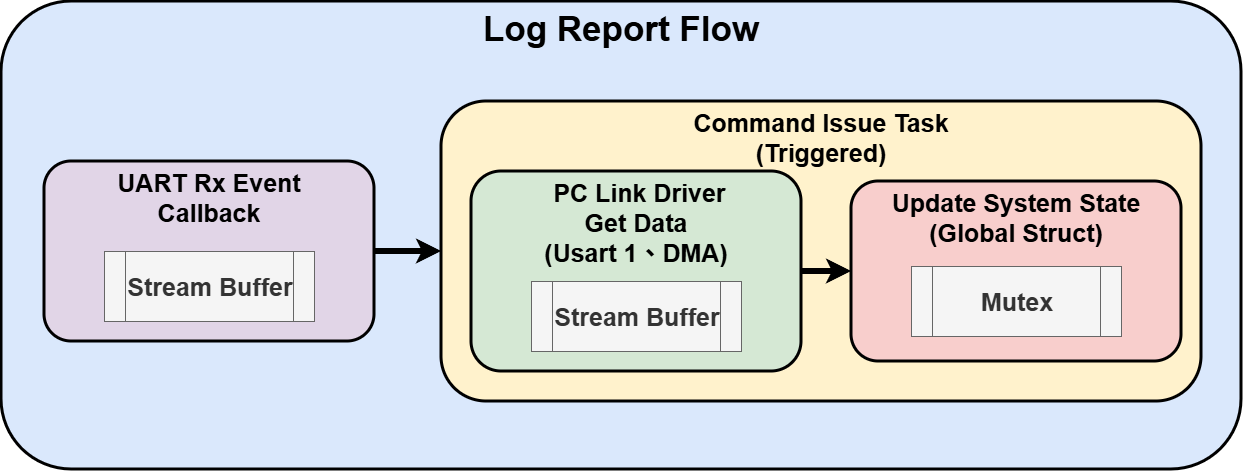
This is figure/command_issue.png from hsieh-wei/Firmware.Humidity-Meter, a draw.io export, as it was before one commit. Source tidied: cells renumbered, new cells last; positions are measured from the earlier drawing's top-left corner, leaving out a move shared by most shapes.
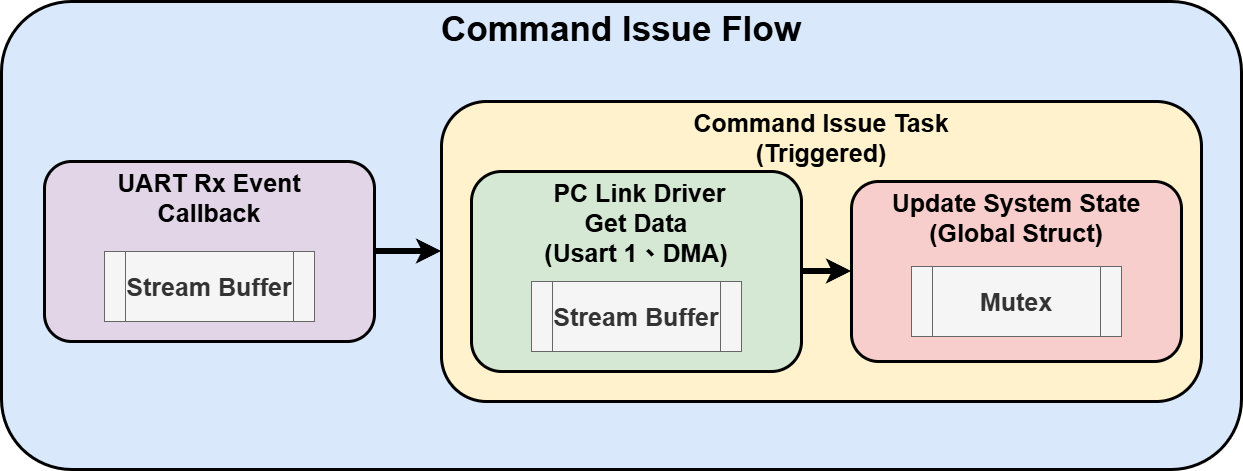
After the change.

Commit message:
debug: update flow chart

Diff of the diagram source:
```diff
@@ -2,7 +2,7 @@
   <root>
     <mxCell id="0" />
     <mxCell id="1" parent="0" />
-    <mxCell id="2" value="&lt;b style=&quot;font-size: 35px;&quot;&gt;Log Report Flow&lt;/b&gt;" style="rounded=1;whiteSpace=wrap;html=1;align=center;fillColor=#dae8fc;strokeColor=#000000;strokeWidth=3;verticalAlign=top;" parent="1" vertex="1">
+    <mxCell id="2" value="&lt;span style=&quot;font-size: 35px;&quot;&gt;&lt;b&gt;Command Issue&lt;/b&gt;&lt;/span&gt;&lt;b style=&quot;font-size: 35px;&quot;&gt;&amp;nbsp;Flow&lt;/b&gt;" style="rounded=1;whiteSpace=wrap;html=1;align=center;fillColor=#dae8fc;strokeColor=#000000;strokeWidth=3;verticalAlign=top;" parent="1" vertex="1">
       <mxGeometry width="1240" height="468" as="geometry" />
     </mxCell>
     <mxCell id="3" value="&lt;span style=&quot;font-size: 25px;&quot;&gt;&lt;b&gt;Command Issue Task&lt;br&gt;&lt;/b&gt;&lt;/span&gt;&lt;b style=&quot;font-size: 25px;&quot;&gt;(&lt;/b&gt;&lt;span style=&quot;font-size: 25px;&quot;&gt;&lt;b&gt;Triggered&lt;/b&gt;&lt;/span&gt;&lt;b style=&quot;font-size: 25px;&quot;&gt;)&lt;/b&gt;&lt;span style=&quot;font-size: 25px;&quot;&gt;&lt;b&gt;&lt;/b&gt;&lt;/span&gt;" style="rounded=1;whiteSpace=wrap;html=1;align=center;fillColor=#fff2cc;strokeColor=#000000;strokeWidth=3;verticalAlign=top;" parent="1" vertex="1">
```
